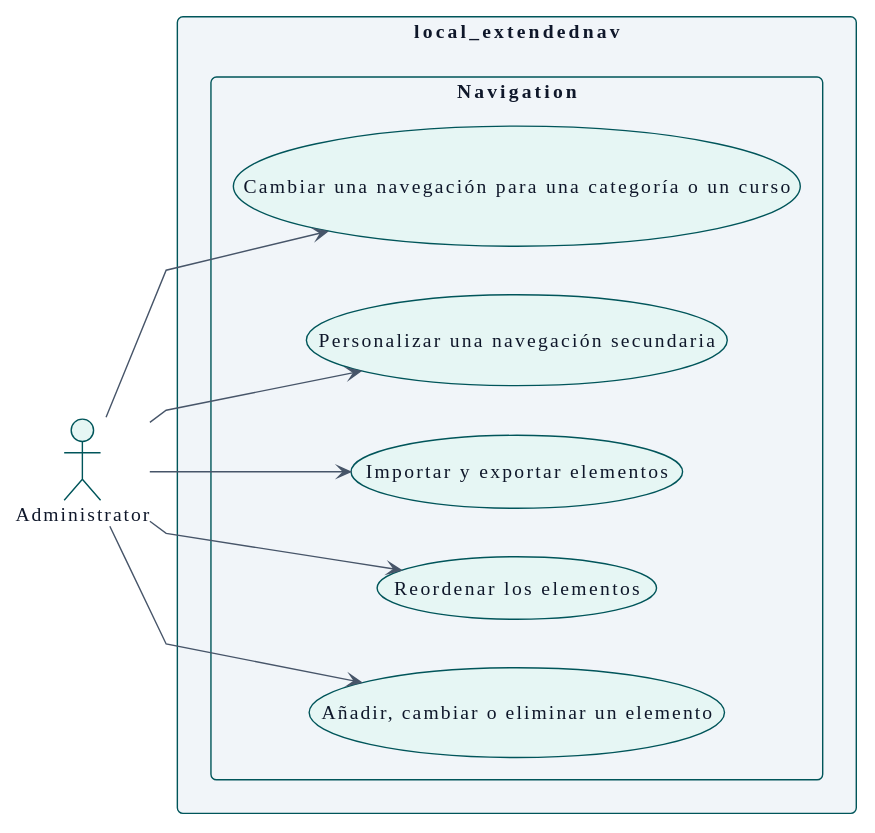
Before: docs/es/technical/requirements/use-cases-administrator.svg, a diagram exported from PlantUML (didactika/moodle-local_extendednav).
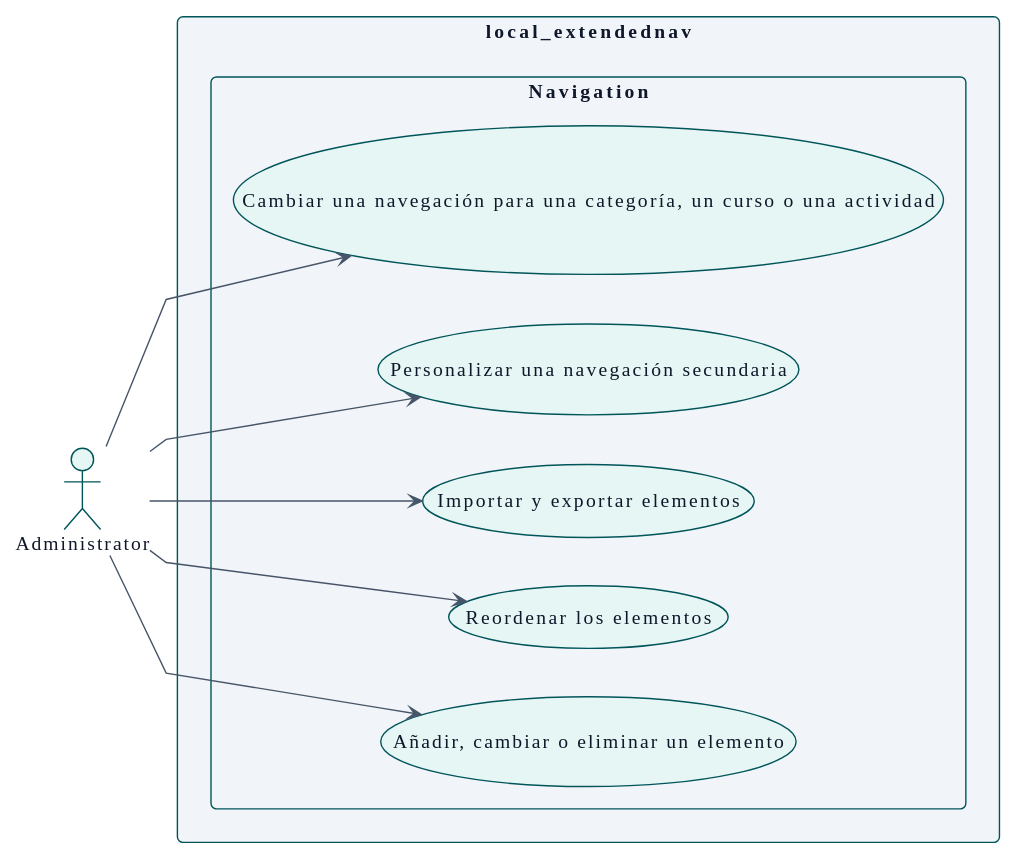
Above is the later version.

The edit, as a diff of the source:
```diff
@@ -114,7 +114,7 @@
     usecase "Reordenar los elementos" as UC_reorderNodes
     usecase "Importar y exportar elementos" as UC_importNodes
     usecase "Personalizar una navegación secundaria" as UC_customiseSecondaryNavigation
-    usecase "Cambiar una navegación para una categoría o un curso" as UC_setScopeException
+    usecase "Cambiar una navegación para una categoría, un curso o una actividad" as UC_setScopeException
   }
 }
 
```
